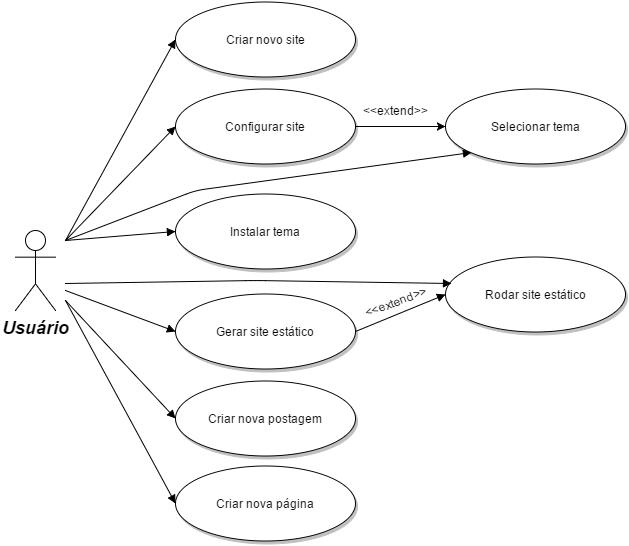
Earlier version of the draw.io export images/casos-de-uso.png (UltCombo/tcc-harmonic). Source tidied: cells renumbered, new cells last; positions are measured from the earlier drawing's top-left corner, leaving out a move shared by most shapes.
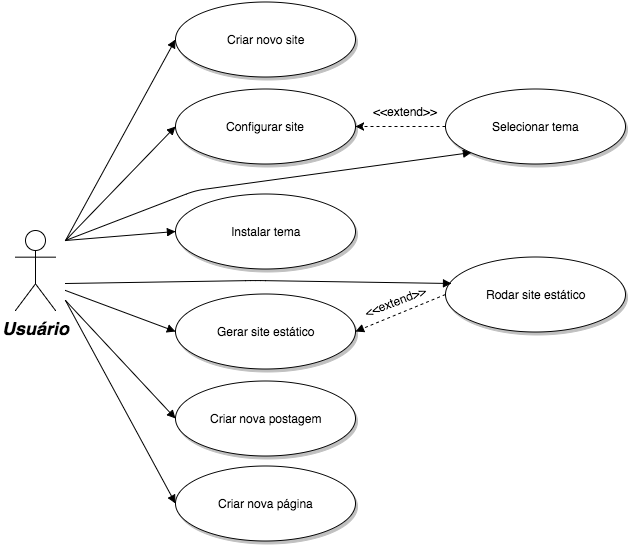
Later version of the same file.

Diff of the diagram source:
```diff
@@ -8,7 +8,7 @@
     <mxCell id="3" value="Criar novo site" style="shape=mxgraph.flowchart.on-page_reference;fillColor=#FFFFFF;strokeColor=#000000;strokeWidth=1;shadow=1;gradientColor=none;html=1;" parent="1" vertex="1">
       <mxGeometry x="160" width="180" height="75" as="geometry" />
     </mxCell>
-    <mxCell id="4" style="edgeStyle=orthogonalEdgeStyle;rounded=0;comic=0;html=1;exitX=1;exitY=0.5;exitPerimeter=0;entryX=0;entryY=0.5;entryPerimeter=0;shadow=0;jettySize=auto;" parent="1" edge="1" source="5" target="20">
+    <mxCell id="4" style="edgeStyle=orthogonalEdgeStyle;rounded=0;comic=0;html=1;exitX=0;exitY=0.5;exitPerimeter=0;entryX=1;entryY=0.5;entryPerimeter=0;shadow=0;jettySize=auto;rotation=180;dashed=1;" parent="1" edge="1" source="20" target="5">
       <mxGeometry relative="1" as="geometry" />
     </mxCell>
     <mxCell id="5" value="Configurar site" style="shape=mxgraph.flowchart.on-page_reference;fillColor=#FFFFFF;strokeColor=#000000;strokeWidth=1;shadow=1;gradientColor=none;html=1;" parent="1" vertex="1">
@@ -51,7 +51,7 @@
         <mxPoint x="50" y="289" as="sourcePoint" />
       </mxGeometry>
     </mxCell>
-    <mxCell id="15" style="edgeStyle=none;entryX=0;entryY=0.5;entryPerimeter=0;strokeWidth=1;endArrow=block;endFill=1;strokeColor=#000000;html=1;exitX=1;exitY=0.5;exitPerimeter=0;" parent="1" edge="1" source="8" target="9">
+    <mxCell id="15" style="edgeStyle=none;entryX=1;entryY=0.5;entryPerimeter=0;strokeWidth=1;endArrow=block;endFill=1;strokeColor=#000000;html=1;exitX=0;exitY=0.5;exitPerimeter=0;rotation=180;dashed=1;" parent="1" edge="1" source="9" target="8">
       <mxGeometry y="-1" as="geometry" />
     </mxCell>
     <mxCell id="16" value="&amp;lt;&amp;lt;extend&amp;gt;&amp;gt;" style="text;html=1;align=center;verticalAlign=middle;labelBackgroundColor=#ffffff;rotation=-21;" parent="15" vertex="1">
@@ -82,7 +82,7 @@
       <mxGeometry x="430" y="87" width="180" height="75" as="geometry" />
     </mxCell>
     <mxCell id="21" value="&amp;lt;&amp;lt;extend&amp;gt;&amp;gt;" style="text;html=1;align=center;verticalAlign=middle;labelBackgroundColor=#ffffff;" parent="1" vertex="1">
-      <mxGeometry x="380" y="126.5" as="geometry">
+      <mxGeometry x="390" y="127.5" as="geometry">
         <mxPoint y="-18" as="offset" />
       </mxGeometry>
     </mxCell>
```
